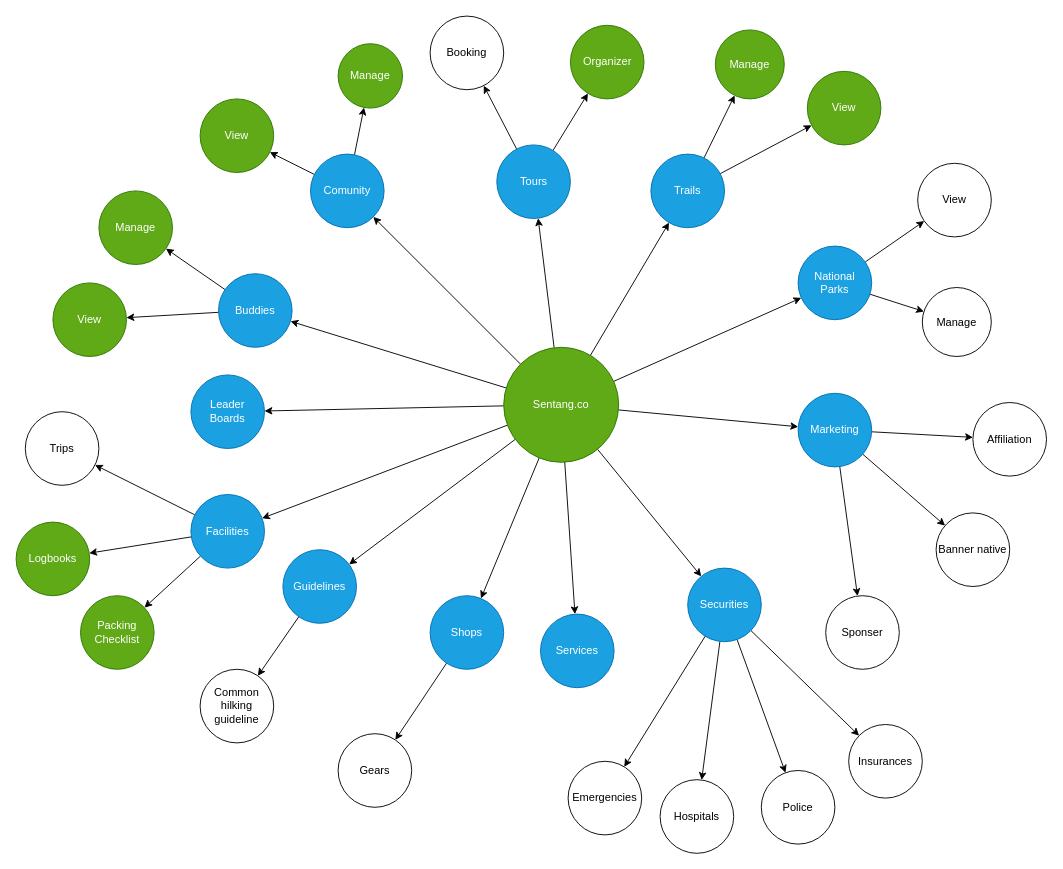
Earlier version of the draw.io diagram page "Products" (1 of 3) of docs/draw/sentang.drawio (chavp/DataModeling). Source tidied: cells renumbered, new cells numbered last; positions are measured from the earlier drawing's top-left corner, leaving out a move shared by most shapes. Both pictures are drawn from the tidied source at 92%, with x=0, y=0 at pixel (16, 16).
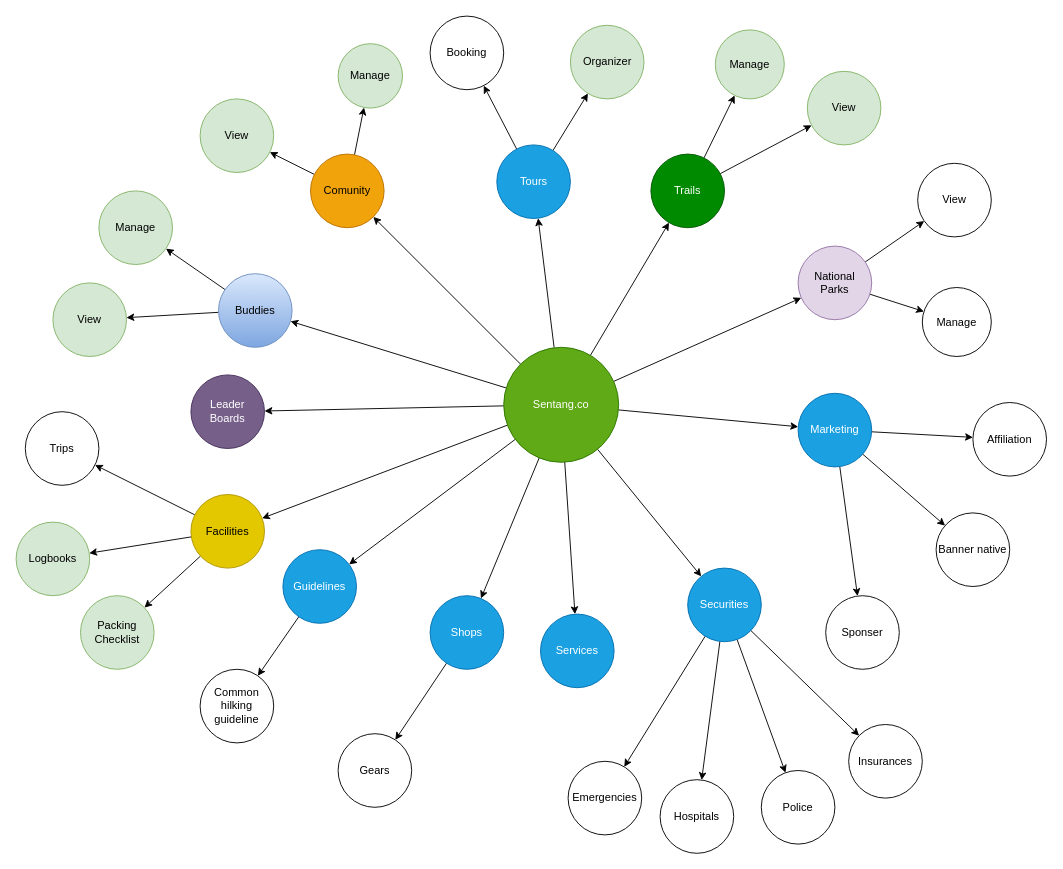
The same diagram, later.

Change to the diagram source:
```diff
@@
-    <mxCell id="16" value="Comunity" style="ellipse;whiteSpace=wrap;html=1;fillColor=#1ba1e2;fontColor=#ffffff;strokeColor=#006EAF;" parent="1" vertex="1">
+    <mxCell id="16" value="Comunity" style="ellipse;whiteSpace=wrap;html=1;fillColor=#f0a30a;fontColor=#000000;strokeColor=#BD7000;" parent="1" vertex="1">
       <mxGeometry x="320" y="150" width="80" height="80" as="geometry" />
     </mxCell>
@@
-    <mxCell id="22" value="Trails" style="ellipse;whiteSpace=wrap;html=1;fillColor=#1ba1e2;fontColor=#ffffff;strokeColor=#006EAF;" parent="1" vertex="1">
+    <mxCell id="22" value="Trails" style="ellipse;whiteSpace=wrap;html=1;fillColor=#008a00;fontColor=#ffffff;strokeColor=#005700;" parent="1" vertex="1">
       <mxGeometry x="690" y="150" width="80" height="80" as="geometry" />
     </mxCell>
@@
-    <mxCell id="25" value="Buddies" style="ellipse;whiteSpace=wrap;html=1;fillColor=#1ba1e2;fontColor=#ffffff;strokeColor=#006EAF;" parent="1" vertex="1">
+    <mxCell id="25" value="Buddies" style="ellipse;whiteSpace=wrap;html=1;fillColor=#dae8fc;strokeColor=#6c8ebf;gradientColor=#7ea6e0;" parent="1" vertex="1">
       <mxGeometry x="220" y="280" width="80" height="80" as="geometry" />
     </mxCell>
-    <mxCell id="26" value="View" style="ellipse;whiteSpace=wrap;html=1;fillColor=#60a917;fontColor=#ffffff;strokeColor=#2D7600;" parent="1" vertex="1">
+    <mxCell id="26" value="View" style="ellipse;whiteSpace=wrap;html=1;fillColor=#d5e8d4;strokeColor=#82b366;" parent="1" vertex="1">
       <mxGeometry x="200" y="90" width="80" height="80" as="geometry" />
     </mxCell>
-    <mxCell id="27" value="Manage" style="ellipse;whiteSpace=wrap;html=1;fillColor=#60a917;fontColor=#ffffff;strokeColor=#2D7600;" parent="1" vertex="1">
+    <mxCell id="27" value="Manage" style="ellipse;whiteSpace=wrap;html=1;fillColor=#d5e8d4;strokeColor=#82b366;" parent="1" vertex="1">
       <mxGeometry x="350" y="30" width="70" height="70" as="geometry" />
     </mxCell>
-    <mxCell id="28" value="View" style="ellipse;whiteSpace=wrap;html=1;fillColor=#60a917;fontColor=#ffffff;strokeColor=#2D7600;" parent="1" vertex="1">
+    <mxCell id="28" value="View" style="ellipse;whiteSpace=wrap;html=1;fillColor=#d5e8d4;strokeColor=#82b366;" parent="1" vertex="1">
       <mxGeometry x="860" y="60" width="80" height="80" as="geometry" />
     </mxCell>
-    <mxCell id="29" value="Manage" style="ellipse;whiteSpace=wrap;html=1;fillColor=#60a917;fontColor=#ffffff;strokeColor=#2D7600;" parent="1" vertex="1">
+    <mxCell id="29" value="Manage" style="ellipse;whiteSpace=wrap;html=1;fillColor=#d5e8d4;strokeColor=#82b366;" parent="1" vertex="1">
       <mxGeometry x="760" y="15" width="75" height="75" as="geometry" />
     </mxCell>
-    <mxCell id="30" value="Leader Boards" style="ellipse;whiteSpace=wrap;html=1;fillColor=#1ba1e2;fontColor=#ffffff;strokeColor=#006EAF;" parent="1" vertex="1">
+    <mxCell id="30" value="Leader Boards" style="ellipse;whiteSpace=wrap;html=1;fillColor=#76608a;fontColor=#ffffff;strokeColor=#432D57;" parent="1" vertex="1">
       <mxGeometry x="190" y="390" width="80" height="80" as="geometry" />
     </mxCell>
-    <mxCell id="31" value="View" style="ellipse;whiteSpace=wrap;html=1;fillColor=#60a917;fontColor=#ffffff;strokeColor=#2D7600;" parent="1" vertex="1">
+    <mxCell id="31" value="View" style="ellipse;whiteSpace=wrap;html=1;fillColor=#d5e8d4;strokeColor=#82b366;" parent="1" vertex="1">
       <mxGeometry x="40" y="290" width="80" height="80" as="geometry" />
     </mxCell>
-    <mxCell id="32" value="Manage" style="ellipse;whiteSpace=wrap;html=1;fillColor=#60a917;fontColor=#ffffff;strokeColor=#2D7600;" parent="1" vertex="1">
+    <mxCell id="32" value="Manage" style="ellipse;whiteSpace=wrap;html=1;fillColor=#d5e8d4;strokeColor=#82b366;" parent="1" vertex="1">
       <mxGeometry x="90" y="190" width="80" height="80" as="geometry" />
     </mxCell>
@@
-    <mxCell id="34" value="Organizer" style="ellipse;whiteSpace=wrap;html=1;fillColor=#60a917;fontColor=#ffffff;strokeColor=#2D7600;" parent="1" vertex="1">
+    <mxCell id="34" value="Organizer" style="ellipse;whiteSpace=wrap;html=1;fillColor=#d5e8d4;strokeColor=#82b366;" parent="1" vertex="1">
       <mxGeometry x="602.5" y="10" width="80" height="80" as="geometry" />
     </mxCell>
@@
-    <mxCell id="37" value="National Parks" style="ellipse;whiteSpace=wrap;html=1;fillColor=#1ba1e2;fontColor=#ffffff;strokeColor=#006EAF;" parent="1" vertex="1">
+    <mxCell id="37" value="National Parks" style="ellipse;whiteSpace=wrap;html=1;fillColor=#e1d5e7;strokeColor=#9673a6;" parent="1" vertex="1">
       <mxGeometry x="850" y="250" width="80" height="80" as="geometry" />
     </mxCell>
@@
-    <mxCell id="43" value="Facilities" style="ellipse;whiteSpace=wrap;html=1;fillColor=#1ba1e2;fontColor=#ffffff;strokeColor=#006EAF;" parent="1" vertex="1">
+    <mxCell id="43" value="Facilities" style="ellipse;whiteSpace=wrap;html=1;fillColor=#e3c800;strokeColor=#B09500;fontColor=#000000;" parent="1" vertex="1">
       <mxGeometry x="190" y="520" width="80" height="80" as="geometry" />
     </mxCell>
@@
-    <mxCell id="45" value="Logbooks" style="ellipse;whiteSpace=wrap;html=1;fillColor=#60a917;fontColor=#ffffff;strokeColor=#2D7600;" parent="1" vertex="1">
+    <mxCell id="45" value="Logbooks" style="ellipse;whiteSpace=wrap;html=1;fillColor=#d5e8d4;strokeColor=#82b366;" parent="1" vertex="1">
       <mxGeometry y="550" width="80" height="80" as="geometry" />
     </mxCell>
-    <mxCell id="46" value="Packing Checklist" style="ellipse;whiteSpace=wrap;html=1;fillColor=#60a917;fontColor=#ffffff;strokeColor=#2D7600;" parent="1" vertex="1">
+    <mxCell id="46" value="Packing Checklist" style="ellipse;whiteSpace=wrap;html=1;fillColor=#d5e8d4;strokeColor=#82b366;" parent="1" vertex="1">
       <mxGeometry x="70" y="630" width="80" height="80" as="geometry" />
     </mxCell>
```
